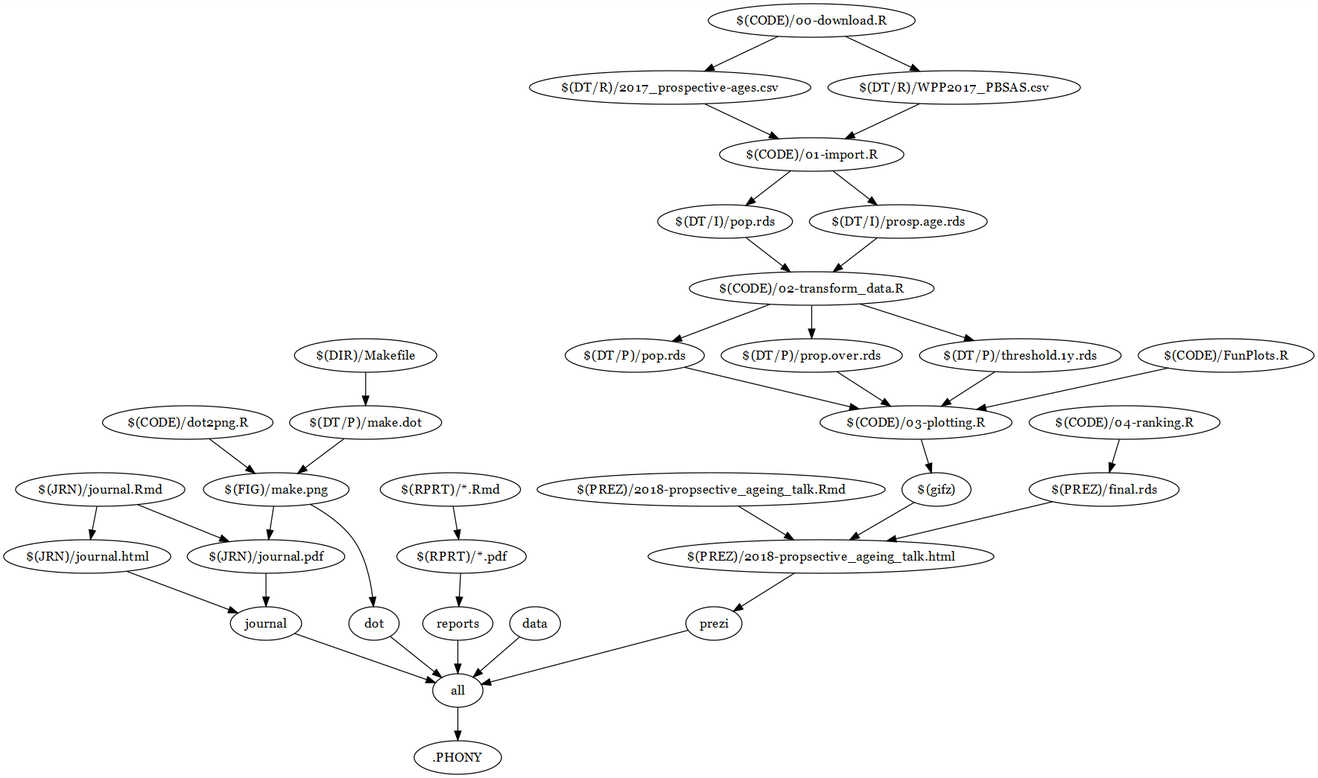
This is figures/make.png from majazaloznik/2018-prospective_ageing_talk, a Graphviz export, as it was before one commit. Its source is kept beside it as data/processed/make.dot.
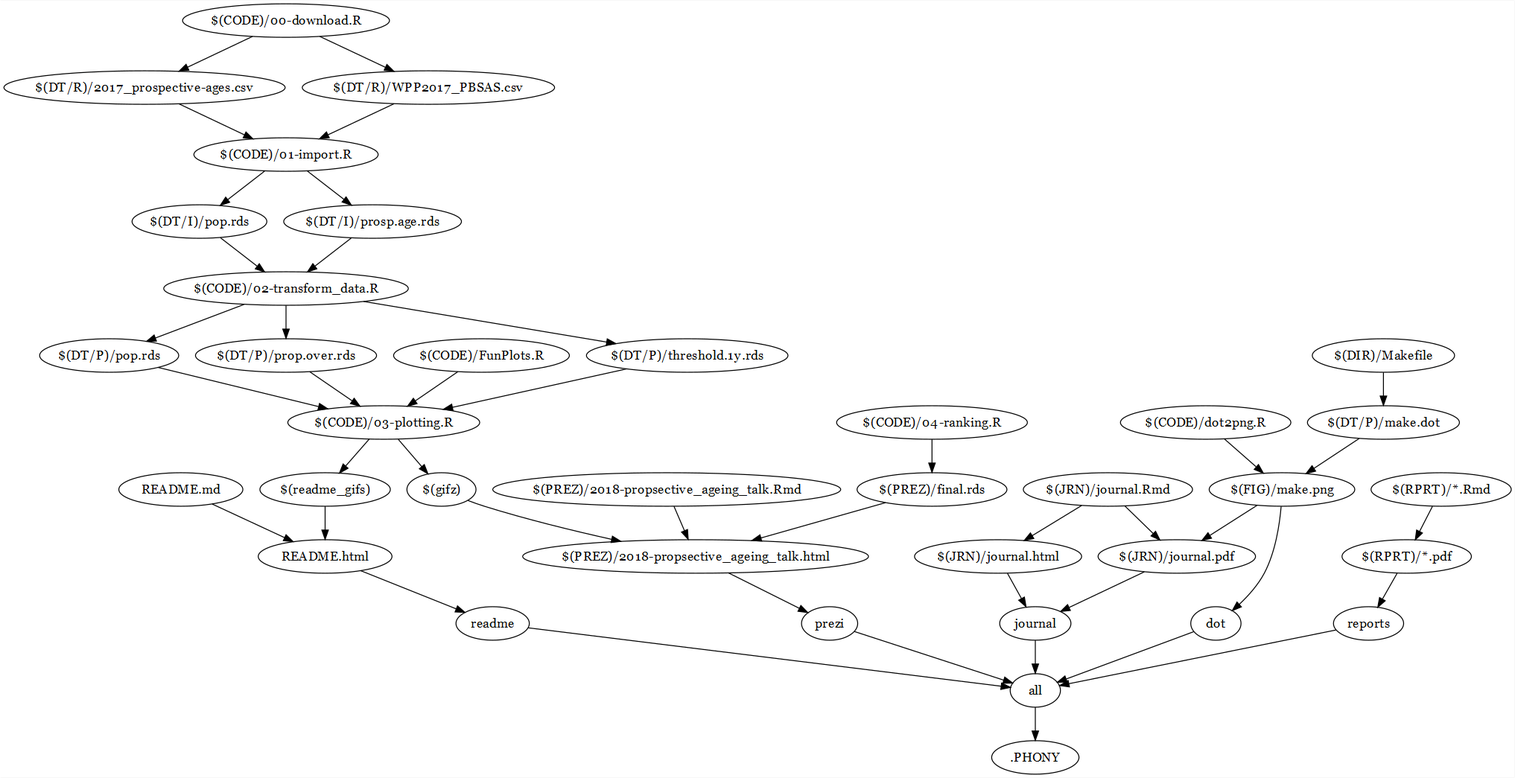
Later version of the same file.

Diff of the diagram source:
```diff
@@ -1,10 +1,10 @@
 digraph G {
 	rankdir="TB"
 	"all"
+	"readme" -> "all"
 	"journal" -> "all"
 	"dot" -> "all"
 	"reports" -> "all"
-	"data" -> "all"
 	"prezi" -> "all"
 	".PHONY"
 	"all" -> ".PHONY"
@@ -15,6 +15,11 @@
 	"$(DT/P)/make.dot" -> "$(FIG)/make.png"
 	"$(DT/P)/make.dot"
 	"$(DIR)/Makefile" -> "$(DT/P)/make.dot"
+	"readme"
+	"README.html" -> "readme"
+	"README.html"
+	"README.md" -> "README.html"
+	"$(readme_gifs)" -> "README.html"
 	"reports"
 	"$(RPRT)/*.pdf" -> "reports"
 	"$(RPRT)/*.pdf"
@@ -37,6 +42,8 @@
 	"$(CODE)/04-ranking.R" -> "$(PREZ)/final.rds"
 	"$(gifz)"
 	"$(CODE)/03-plotting.R" -> "$(gifz)"
+	"$(readme_gifs)"
+	"$(CODE)/03-plotting.R" -> "$(readme_gifs)"
 	"$(CODE)/03-plotting.R"
 	"$(DT/P)/pop.rds" -> "$(CODE)/03-plotting.R"
 	"$(DT/P)/prop.over.rds" -> "$(CODE)/03-plotting.R"
```
